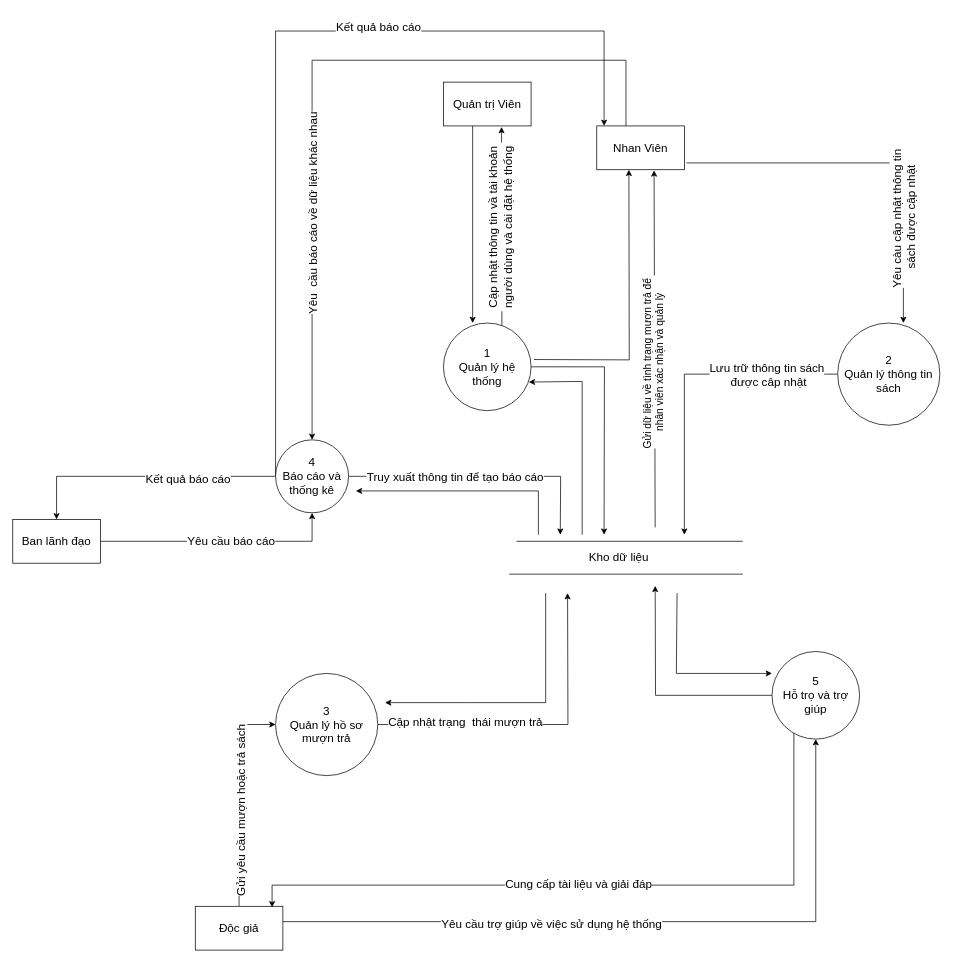
Earlier version of the draw.io diagram page "DFD" (3 of 4) of Biểu đồ không có tiêu đề.drawio (trunghai04/game-python). Source tidied: cells renumbered, new cells numbered last; positions are measured from the earlier drawing's top-left corner, leaving out a move shared by most shapes. Both pictures are drawn from the tidied source at 73%, with x=0, y=0 at pixel (12, 31).
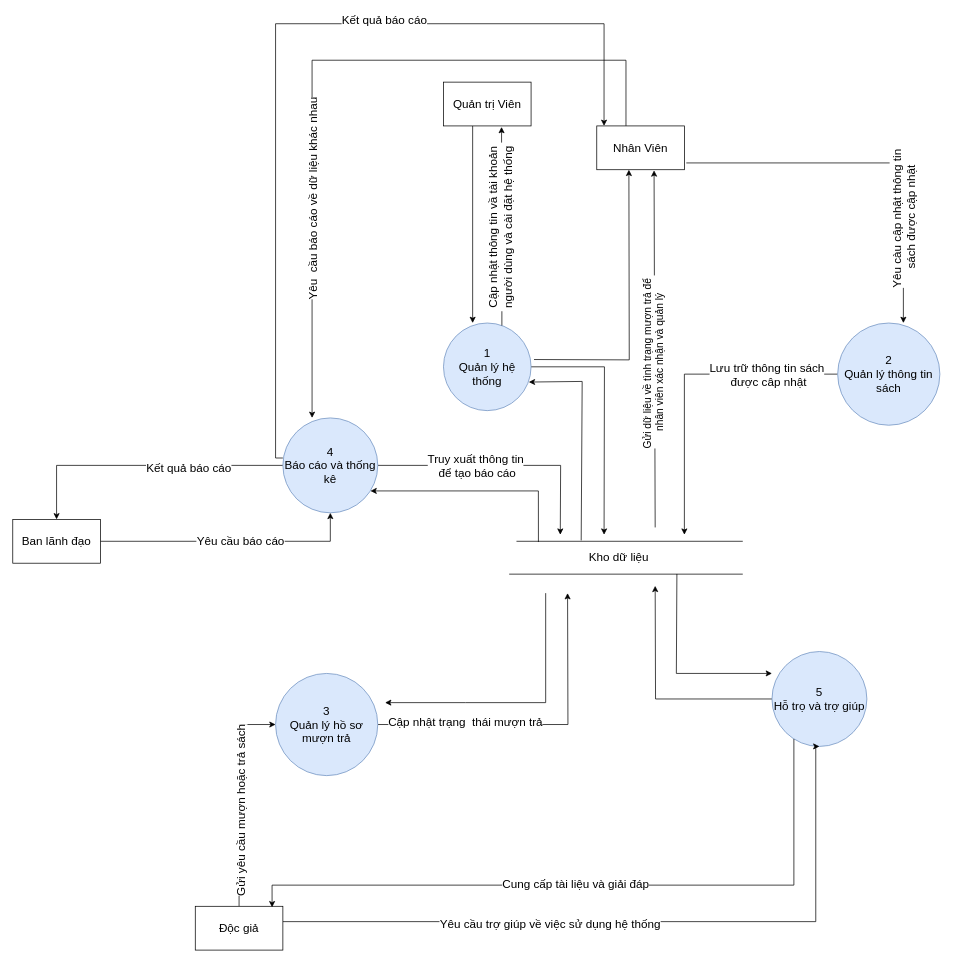
The same diagram, later.

Unchanged cells that the change refers to:
```xml
<mxCell id="2" style="line;strokeWidth=1;fillColor=none;align=left;verticalAlign=middle;spacingTop=-1;spacingLeft=3;spacingRight=3;labelPosition=right;points=[];portConstraint=eastwest;strokeColor=inherit;fontSize=16;" parent="1" vertex="1">
  <mxGeometry x="690" y="698" width="310" height="2" as="geometry" />
</mxCell>
<mxCell id="3" style="line;strokeWidth=1;fillColor=none;align=left;verticalAlign=middle;spacingTop=-1;spacingLeft=3;spacingRight=3;labelPosition=right;points=[];portConstraint=eastwest;strokeColor=inherit;fontSize=16;" parent="1" vertex="1">
  <mxGeometry x="680" y="720" width="320" height="48" as="geometry" />
</mxCell>
<mxCell id="13" style="edgeStyle=orthogonalEdgeStyle;rounded=0;jettySize=auto;html=1;fontSize=16;" parent="1" edge="1" source="19">
  <mxGeometry relative="1" as="geometry">
    <mxPoint x="750" y="690" as="targetPoint" />
  </mxGeometry>
</mxCell>
```

What changed in the source:
```diff
@@
-    <mxCell id="7" value="1&lt;div style=&quot;font-size: 16px;&quot;&gt;Quản lý hệ thống&lt;/div&gt;" style="ellipse;whiteSpace=wrap;html=1;fontSize=16;" parent="1" vertex="1">
+    <mxCell id="7" value="1&lt;div style=&quot;font-size: 16px;&quot;&gt;Quản lý hệ thống&lt;/div&gt;" style="ellipse;whiteSpace=wrap;html=1;fontSize=16;fillColor=#dae8fc;strokeColor=#6c8ebf;" parent="1" vertex="1">
       <mxGeometry x="590" y="400" width="120" height="120" as="geometry" />
     </mxCell>
@@
-    <mxCell id="10" value="2&lt;div style=&quot;font-size: 16px;&quot;&gt;Quản lý thông tin sách&lt;/div&gt;" style="ellipse;whiteSpace=wrap;html=1;fontSize=16;" parent="1" vertex="1">
+    <mxCell id="10" value="2&lt;div style=&quot;font-size: 16px;&quot;&gt;Quản lý thông tin sách&lt;/div&gt;" style="ellipse;whiteSpace=wrap;html=1;fontSize=16;fillColor=#dae8fc;strokeColor=#6c8ebf;" parent="1" vertex="1">
       <mxGeometry x="1130" y="400" width="140" height="140" as="geometry" />
     </mxCell>
@@
-    <mxCell id="12" value="5&lt;div style=&quot;font-size: 16px;&quot;&gt;Hỗ trọ và trợ giúp&lt;/div&gt;" style="ellipse;whiteSpace=wrap;html=1;fontSize=16;" parent="1" vertex="1">
-      <mxGeometry x="1040" y="850" width="120" height="120" as="geometry" />
+    <mxCell id="12" value="5&lt;div style=&quot;font-size: 16px;&quot;&gt;Hỗ trọ và trợ giúp&lt;/div&gt;" style="ellipse;whiteSpace=wrap;html=1;fontSize=16;fillColor=#dae8fc;strokeColor=#6c8ebf;" parent="1" vertex="1">
+      <mxGeometry x="1040" y="850" width="130" height="130" as="geometry" />
     </mxCell>
@@
-    <mxCell id="14" value="Truy xuất thông tin để tạo báo cáo" style="edgeLabel;html=1;align=center;verticalAlign=middle;fontSize=16;" parent="13" vertex="1">
+    <mxCell id="14" value="Truy xuất thông tin&lt;div&gt;&amp;nbsp;để tạo báo cáo&lt;/div&gt;" style="edgeLabel;html=1;align=center;verticalAlign=middle;fontSize=16;" parent="13" vertex="1">
       <mxGeometry x="-0.04" y="-1" relative="1" as="geometry">
         <mxPoint x="-33" y="-1" as="offset" />
       </mxGeometry>
     </mxCell>
-    <mxCell id="15" style="edgeStyle=orthogonalEdgeStyle;rounded=0;jettySize=auto;html=1;fontSize=16;" parent="1" edge="1" source="19">
+    <mxCell id="15" style="edgeStyle=orthogonalEdgeStyle;rounded=0;jettySize=auto;html=1;fontSize=16;entryX=0.083;entryY=0;entryDx=0;entryDy=0;entryPerimeter=0;" parent="1" edge="1" target="31">
       <mxGeometry relative="1" as="geometry">
-        <mxPoint x="810" y="130" as="targetPoint" />
+        <mxPoint x="370" y="584.9" as="sourcePoint" />
         <Array as="points">
-          <mxPoint x="360" />
-          <mxPoint x="810" />
+          <mxPoint x="360" y="585" />
+          <mxPoint x="360" y="-10" />
+          <mxPoint x="810" y="-10" />
         </Array>
       </mxGeometry>
     </mxCell>
@@
-    <mxCell id="19" value="4&lt;div style=&quot;font-size: 16px;&quot;&gt;Báo cáo và thống kê&lt;/div&gt;" style="ellipse;whiteSpace=wrap;html=1;fontSize=16;" parent="1" vertex="1">
-      <mxGeometry x="360" y="560" width="100" height="100" as="geometry" />
+    <mxCell id="19" value="4&lt;div style=&quot;font-size: 16px;&quot;&gt;Báo cáo và thống kê&lt;/div&gt;" style="ellipse;whiteSpace=wrap;html=1;fontSize=16;fillColor=#dae8fc;strokeColor=#6c8ebf;" parent="1" vertex="1">
+      <mxGeometry x="370" y="530" width="130" height="130" as="geometry" />
     </mxCell>
@@
-    <mxCell id="22" value="3&lt;div style=&quot;font-size: 16px;&quot;&gt;Quản lý hồ sơ mượn trả&lt;/div&gt;" style="ellipse;whiteSpace=wrap;html=1;fontSize=16;" parent="1" vertex="1">
+    <mxCell id="22" value="3&lt;div style=&quot;font-size: 16px;&quot;&gt;Quản lý hồ sơ mượn trả&lt;/div&gt;" style="ellipse;whiteSpace=wrap;html=1;fontSize=16;fillColor=#dae8fc;strokeColor=#6c8ebf;" parent="1" vertex="1">
       <mxGeometry x="360" y="880" width="140" height="140" as="geometry" />
     </mxCell>
@@
-    <mxCell id="29" style="edgeStyle=orthogonalEdgeStyle;rounded=0;jettySize=auto;html=1;entryX=0.5;entryY=0;entryDx=0;entryDy=0;fontSize=16;" parent="1" edge="1" source="31" target="19">
+    <mxCell id="29" style="edgeStyle=orthogonalEdgeStyle;rounded=0;jettySize=auto;html=1;fontSize=16;" parent="1" edge="1" source="31">
       <mxGeometry relative="1" as="geometry">
+        <mxPoint x="410" y="530" as="targetPoint" />
         <Array as="points">
           <mxPoint x="840" y="40" />
           <mxPoint x="410" y="40" />
         </Array>
       </mxGeometry>
     </mxCell>
@@
-    <mxCell id="31" value="Nhan Viên" style="rounded=0;whiteSpace=wrap;html=1;fontSize=16;" parent="1" vertex="1">
+    <mxCell id="31" value="Nhân Viên" style="rounded=0;whiteSpace=wrap;html=1;fontSize=16;" parent="1" vertex="1">
       <mxGeometry x="800" y="130" width="120" height="60" as="geometry" />
     </mxCell>
@@
-    <mxCell id="39" style="endArrow=classic;html=1;rounded=0;entryX=0.974;entryY=0.674;entryDx=0;entryDy=0;entryPerimeter=0;fontSize=16;" parent="1" edge="1" target="7">
+    <mxCell id="39" style="endArrow=classic;html=1;rounded=0;entryX=0.974;entryY=0.674;entryDx=0;entryDy=0;entryPerimeter=0;fontSize=16;exitX=0.286;exitY=-0.105;exitDx=0;exitDy=0;exitPerimeter=0;" parent="1" edge="1" source="2" target="7">
       <mxGeometry relative="1" as="geometry">
-        <mxPoint x="780" y="690" as="sourcePoint" />
         <Array as="points">
           <mxPoint x="780" y="480" />
         </Array>
       </mxGeometry>
     </mxCell>
-    <mxCell id="40" style="endArrow=classic;html=1;rounded=0;fontSize=16;" parent="1" edge="1">
+    <mxCell id="40" style="endArrow=classic;html=1;rounded=0;fontSize=16;exitX=0.097;exitY=1;exitDx=0;exitDy=0;exitPerimeter=0;" parent="1" edge="1" source="2">
       <mxGeometry relative="1" as="geometry">
-        <mxPoint x="720" y="690" as="sourcePoint" />
-        <mxPoint x="470" y="630" as="targetPoint" />
+        <mxPoint x="490" y="630" as="targetPoint" />
         <Array as="points">
           <mxPoint x="720" y="630" />
         </Array>
       </mxGeometry>
     </mxCell>
@@
-    <mxCell id="45" style="endArrow=classic;html=1;rounded=0;fontSize=16;" parent="1" edge="1">
+    <mxCell id="45" style="endArrow=classic;html=1;rounded=0;fontSize=16;exitX=0.718;exitY=0.495;exitDx=0;exitDy=0;exitPerimeter=0;" parent="1" edge="1" source="3">
       <mxGeometry relative="1" as="geometry">
-        <mxPoint x="910" y="770" as="sourcePoint" />
         <mxPoint x="1040" y="880" as="targetPoint" />
         <Array as="points">
           <mxPoint x="909" y="880" />
         </Array>
       </mxGeometry>
     </mxCell>
```
